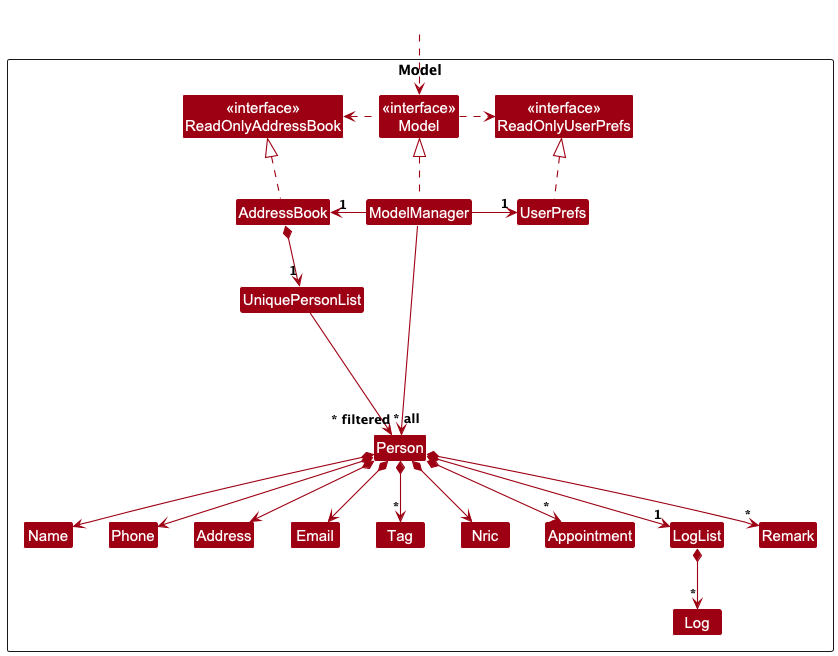
Earlier version of the PlantUML export docs/images/ModelClassDiagram.png (nus-cs2103-AY2425S1/tp).
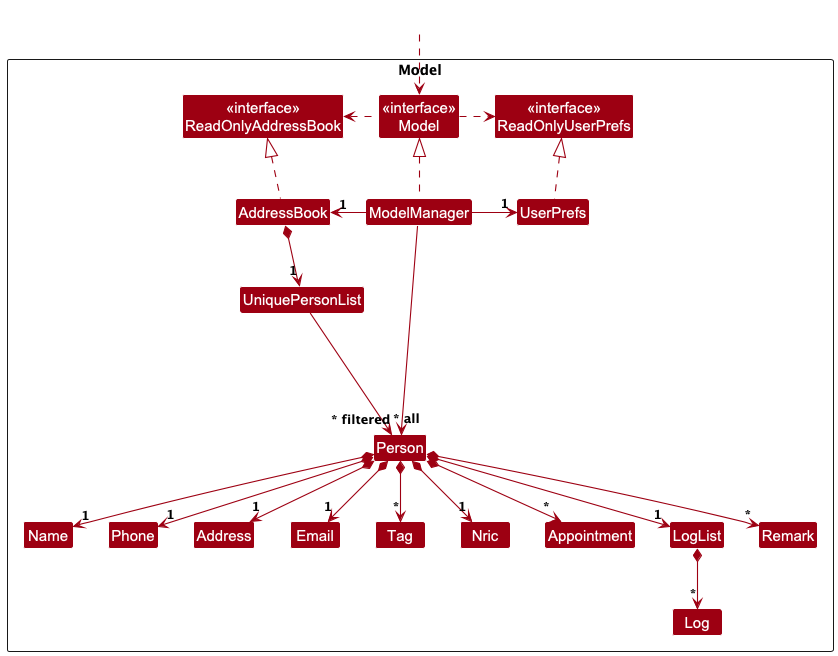
Later version of the same file.

Commit message:
Update multiplicity for model class diagrams

Change to the diagram source:
```diff
@@ -42,11 +42,11 @@
 
 AddressBook *--> "1" UniquePersonList
 UniquePersonList --> "~* all" Person
-Person *--> Name
-Person *--> Phone
-Person *--> Email
-Person *--> Address
-Person *--> Nric
+Person *--> "1"Name
+Person *--> "1"Phone
+Person *--> "1"Email
+Person *--> "1"Address
+Person *--> "1"Nric
 Person *--> "*" Appointment
 Person *--> "*" Remark
 Person *--> "1" LogList
```
